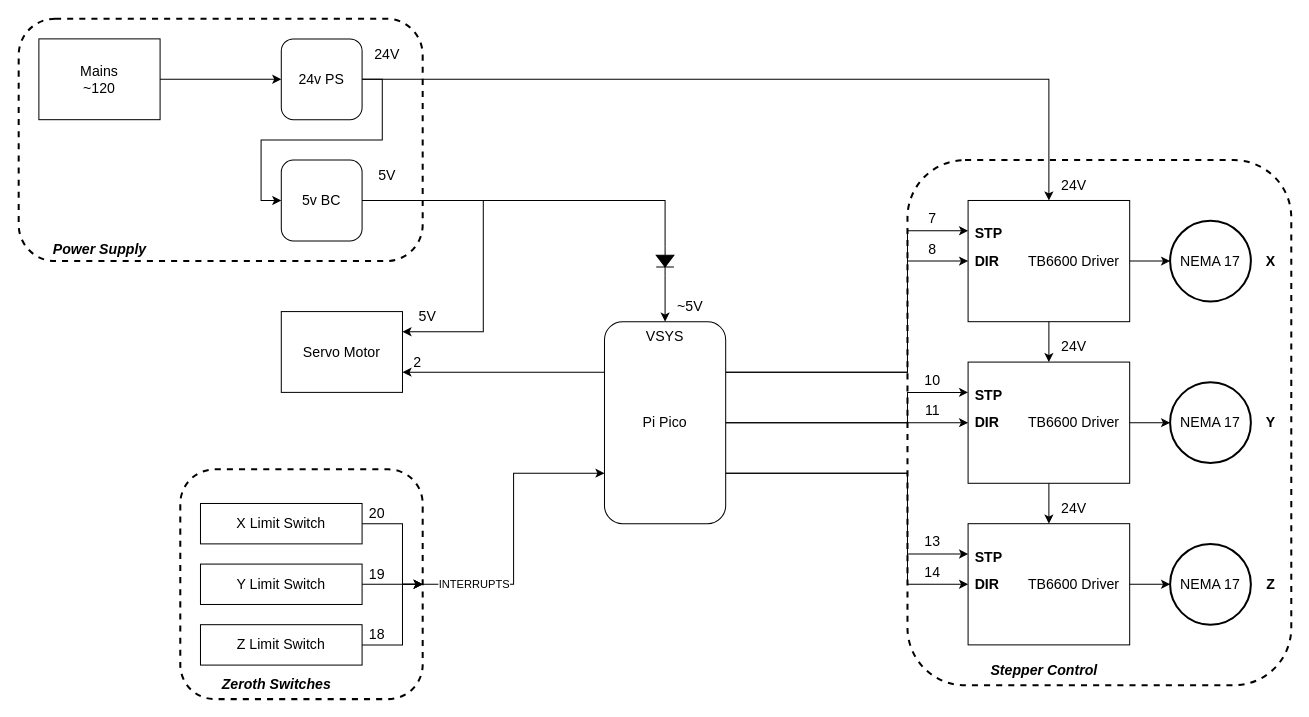
cai49/blue-bot keeps this draw.io diagram as diagrams/electronics.drawio. Above is the earlier version. Source tidied: cells renumbered, new cells numbered last; positions are measured from the earlier drawing's top-left corner, leaving out a move shared by most shapes. Both pictures are drawn from the tidied source at 101%, with x=0, y=0 at pixel (18, 18).
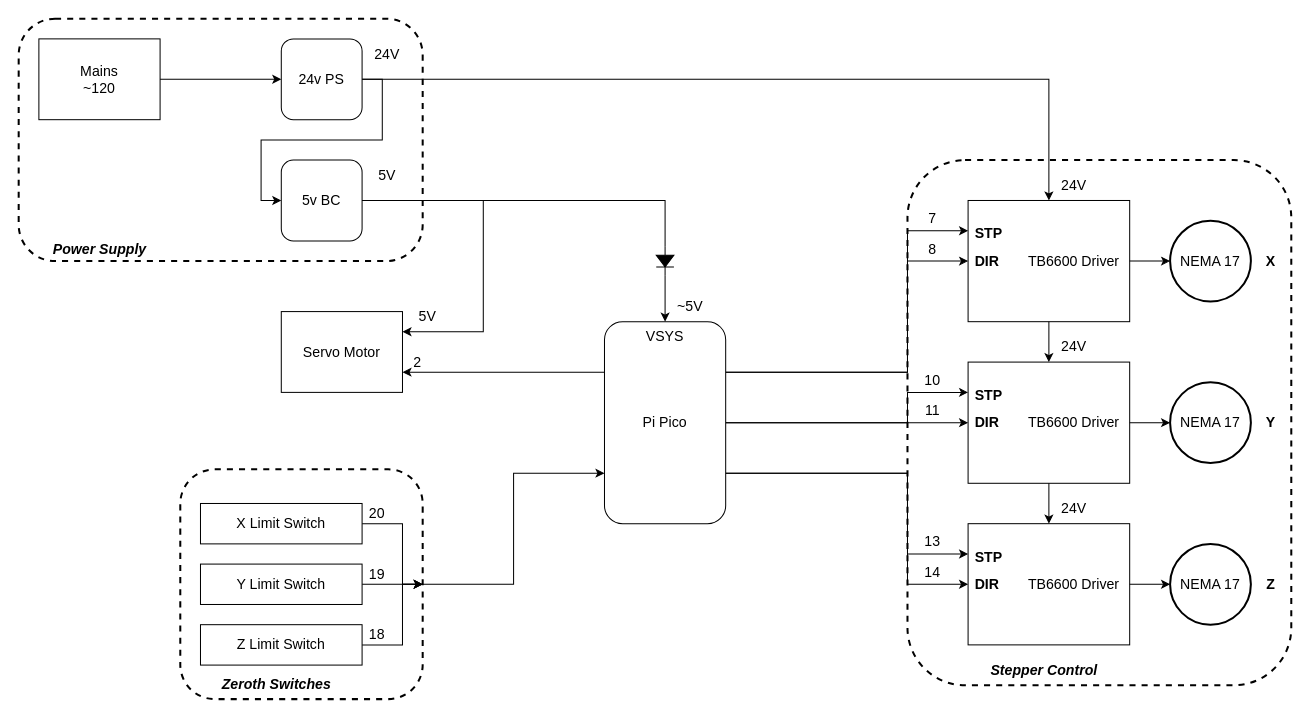
Above is the later version.

The change refers to these unchanged cells:
```xml
<mxCell id="3" style="edgeStyle=orthogonalEdgeStyle;rounded=0;jettySize=auto;html=1;exitX=1;exitY=0.5;exitDx=0;exitDy=0;entryX=0;entryY=0.75;entryDx=0;entryDy=0;fontFamily=Cascadia Code;fontSize=14;" parent="1" edge="1" source="36" target="12">
  <mxGeometry relative="1" as="geometry" />
</mxCell>
```

Diff of the diagram source:
```diff
@@
-    <mxCell id="4" value="INTERRUPTS" style="edgeLabel;html=1;align=center;verticalAlign=middle;" parent="3" vertex="1">
-      <mxGeometry x="-0.8" y="2" relative="1" as="geometry">
-        <mxPoint x="21" y="2" as="offset" />
-      </mxGeometry>
-    </mxCell>
```
